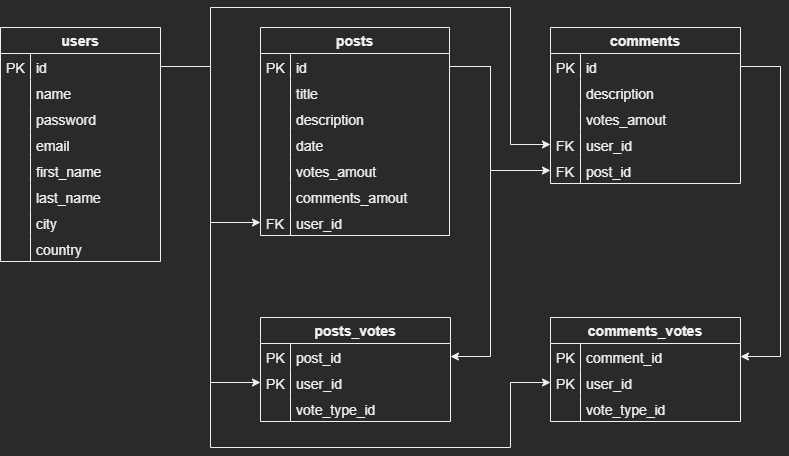
The draw.io diagram bd/Modelo_ER.png in luispereira1999/PW2-ProjetoFinal, before a commit. Source tidied: cells renumbered, new cells last; positions are measured from the earlier drawing's top-left corner, leaving out a move shared by most shapes. Its diagram source:
```xml
<mxGraphModel>
  <root>
    <mxCell id="0" />
    <mxCell id="1" parent="0" />
    <mxCell id="2" value="comments" style="swimlane;fontStyle=1;horizontal=1;startSize=26;rounded=0;shadow=0;strokeWidth=1;fontSize=14;" parent="1" vertex="1">
      <mxGeometry x="550" y="20" width="190" height="156" as="geometry" />
    </mxCell>
    <mxCell id="3" value="id" style="shape=partialRectangle;top=0;left=0;right=0;bottom=1;align=left;verticalAlign=top;fillColor=none;spacingLeft=34;spacingRight=4;overflow=hidden;points=[[0,0.5],[1,0.5]];portConstraint=eastwest;fontSize=14;strokeColor=none;" parent="2" vertex="1">
      <mxGeometry y="26" width="190" height="26" as="geometry" />
    </mxCell>
    <mxCell id="4" value="PK" style="shape=partialRectangle;top=0;left=0;bottom=0;fillColor=none;align=left;verticalAlign=top;spacingLeft=4;spacingRight=4;overflow=hidden;fontSize=14;" parent="3" vertex="1">
      <mxGeometry width="30" height="26" as="geometry" />
    </mxCell>
    <mxCell id="5" value="description" style="shape=partialRectangle;top=0;left=0;right=0;bottom=0;align=left;verticalAlign=top;fillColor=none;spacingLeft=34;spacingRight=4;overflow=hidden;fontSize=14;" parent="2" vertex="1">
      <mxGeometry y="52" width="190" height="26" as="geometry" />
    </mxCell>
    <mxCell id="6" style="shape=partialRectangle;top=0;left=0;bottom=0;fillColor=none;align=left;verticalAlign=top;spacingLeft=4;spacingRight=4;overflow=hidden;fontSize=14;" parent="5" vertex="1">
      <mxGeometry width="30" height="26" as="geometry" />
    </mxCell>
    <mxCell id="7" value="votes_amout" style="shape=partialRectangle;top=0;left=0;right=0;bottom=0;align=left;verticalAlign=top;fillColor=none;spacingLeft=34;spacingRight=4;overflow=hidden;fontSize=14;" parent="2" vertex="1">
      <mxGeometry y="78" width="190" height="26" as="geometry" />
    </mxCell>
    <mxCell id="8" style="shape=partialRectangle;top=0;left=0;bottom=0;fillColor=none;align=left;verticalAlign=top;spacingLeft=4;spacingRight=4;overflow=hidden;fontSize=14;" parent="7" vertex="1">
      <mxGeometry width="30" height="26" as="geometry" />
    </mxCell>
    <mxCell id="9" value="user_id" style="shape=partialRectangle;top=0;left=0;right=0;bottom=0;align=left;verticalAlign=top;fillColor=none;spacingLeft=34;spacingRight=4;overflow=hidden;points=[[0,0.5],[1,0.5]];portConstraint=eastwest;fontSize=14;" parent="2" vertex="1">
      <mxGeometry y="104" width="190" height="26" as="geometry" />
    </mxCell>
    <mxCell id="10" value="FK" style="shape=partialRectangle;top=0;left=0;bottom=0;fillColor=none;align=left;verticalAlign=top;spacingLeft=4;spacingRight=4;overflow=hidden;fontSize=14;" parent="9" vertex="1">
      <mxGeometry width="30" height="26" as="geometry" />
    </mxCell>
    <mxCell id="11" value="post_id" style="shape=partialRectangle;top=0;left=0;right=0;bottom=0;align=left;verticalAlign=top;fillColor=none;spacingLeft=34;spacingRight=4;overflow=hidden;points=[[0,0.5],[1,0.5]];portConstraint=eastwest;fontSize=14;" parent="2" vertex="1">
      <mxGeometry y="130" width="190" height="26" as="geometry" />
    </mxCell>
    <mxCell id="12" value="FK" style="shape=partialRectangle;top=0;left=0;bottom=0;fillColor=none;align=left;verticalAlign=top;spacingLeft=4;spacingRight=4;overflow=hidden;fontSize=14;" parent="11" vertex="1">
      <mxGeometry width="30" height="26" as="geometry" />
    </mxCell>
    <mxCell id="13" value="users" style="swimlane;fontStyle=1;horizontal=1;startSize=26;rounded=0;shadow=0;strokeWidth=1;fontSize=14;" parent="1" vertex="1">
      <mxGeometry y="20" width="160" height="234" as="geometry" />
    </mxCell>
    <mxCell id="14" value="id" style="shape=partialRectangle;top=0;left=0;right=0;bottom=1;align=left;verticalAlign=top;fillColor=none;spacingLeft=34;spacingRight=4;overflow=hidden;points=[[0,0.5],[1,0.5]];portConstraint=eastwest;fontSize=14;strokeColor=none;" parent="13" vertex="1">
      <mxGeometry y="26" width="160" height="26" as="geometry" />
    </mxCell>
    <mxCell id="15" value="PK" style="shape=partialRectangle;top=0;left=0;bottom=0;fillColor=none;align=left;verticalAlign=top;spacingLeft=4;spacingRight=4;overflow=hidden;fontSize=14;" parent="14" vertex="1">
      <mxGeometry width="30" height="26" as="geometry" />
    </mxCell>
    <mxCell id="16" value="name" style="shape=partialRectangle;top=0;left=0;right=0;bottom=0;align=left;verticalAlign=top;fillColor=none;spacingLeft=34;spacingRight=4;overflow=hidden;fontSize=14;" parent="13" vertex="1">
      <mxGeometry y="52" width="160" height="26" as="geometry" />
    </mxCell>
    <mxCell id="17" style="shape=partialRectangle;top=0;left=0;bottom=0;fillColor=none;align=left;verticalAlign=top;spacingLeft=4;spacingRight=4;overflow=hidden;fontSize=14;" parent="16" vertex="1">
      <mxGeometry width="30" height="26" as="geometry" />
    </mxCell>
    <mxCell id="18" value="password" style="shape=partialRectangle;top=0;left=0;right=0;bottom=0;align=left;verticalAlign=top;fillColor=none;spacingLeft=34;spacingRight=4;overflow=hidden;fontSize=14;" parent="13" vertex="1">
      <mxGeometry y="78" width="160" height="26" as="geometry" />
    </mxCell>
    <mxCell id="19" style="shape=partialRectangle;top=0;left=0;bottom=0;fillColor=none;align=left;verticalAlign=top;spacingLeft=4;spacingRight=4;overflow=hidden;fontSize=14;" parent="18" vertex="1">
      <mxGeometry width="30" height="26" as="geometry" />
    </mxCell>
    <mxCell id="20" value="email" style="shape=partialRectangle;top=0;left=0;right=0;bottom=0;align=left;verticalAlign=top;fillColor=none;spacingLeft=34;spacingRight=4;overflow=hidden;fontSize=14;" parent="13" vertex="1">
      <mxGeometry y="104" width="160" height="26" as="geometry" />
    </mxCell>
    <mxCell id="21" style="shape=partialRectangle;top=0;left=0;bottom=0;fillColor=none;align=left;verticalAlign=top;spacingLeft=4;spacingRight=4;overflow=hidden;fontSize=14;" parent="20" vertex="1">
      <mxGeometry width="30" height="26" as="geometry" />
    </mxCell>
    <mxCell id="22" value="first_name" style="shape=partialRectangle;top=0;left=0;right=0;bottom=0;align=left;verticalAlign=top;fillColor=none;spacingLeft=34;spacingRight=4;overflow=hidden;fontSize=14;" parent="13" vertex="1">
      <mxGeometry y="130" width="160" height="26" as="geometry" />
    </mxCell>
    <mxCell id="23" style="shape=partialRectangle;top=0;left=0;bottom=0;fillColor=none;align=left;verticalAlign=top;spacingLeft=4;spacingRight=4;overflow=hidden;fontSize=14;" parent="22" vertex="1">
      <mxGeometry width="30" height="26" as="geometry" />
    </mxCell>
    <mxCell id="24" value="last_name" style="shape=partialRectangle;top=0;left=0;right=0;bottom=0;align=left;verticalAlign=top;fillColor=none;spacingLeft=34;spacingRight=4;overflow=hidden;fontSize=14;" parent="13" vertex="1">
      <mxGeometry y="156" width="160" height="26" as="geometry" />
    </mxCell>
    <mxCell id="25" style="shape=partialRectangle;top=0;left=0;bottom=0;fillColor=none;align=left;verticalAlign=top;spacingLeft=4;spacingRight=4;overflow=hidden;fontSize=14;" parent="24" vertex="1">
      <mxGeometry width="30" height="26" as="geometry" />
    </mxCell>
    <mxCell id="26" value="city" style="shape=partialRectangle;top=0;left=0;right=0;bottom=0;align=left;verticalAlign=top;fillColor=none;spacingLeft=34;spacingRight=4;overflow=hidden;fontSize=14;" parent="13" vertex="1">
      <mxGeometry y="182" width="160" height="26" as="geometry" />
    </mxCell>
    <mxCell id="27" style="shape=partialRectangle;top=0;left=0;bottom=0;fillColor=none;align=left;verticalAlign=top;spacingLeft=4;spacingRight=4;overflow=hidden;fontSize=14;" parent="26" vertex="1">
      <mxGeometry width="30" height="26" as="geometry" />
    </mxCell>
    <mxCell id="28" value="country" style="shape=partialRectangle;top=0;left=0;right=0;bottom=0;align=left;verticalAlign=top;fillColor=none;spacingLeft=34;spacingRight=4;overflow=hidden;fontSize=14;" parent="13" vertex="1">
      <mxGeometry y="208" width="160" height="26" as="geometry" />
    </mxCell>
    <mxCell id="29" style="shape=partialRectangle;top=0;left=0;bottom=0;fillColor=none;align=left;verticalAlign=top;spacingLeft=4;spacingRight=4;overflow=hidden;fontSize=14;" parent="28" vertex="1">
      <mxGeometry width="30" height="26" as="geometry" />
    </mxCell>
    <mxCell id="30" value="posts" style="swimlane;fontStyle=1;horizontal=1;startSize=26;rounded=0;shadow=0;strokeWidth=1;fontSize=14;" parent="1" vertex="1">
      <mxGeometry x="260" y="20" width="189" height="208" as="geometry" />
    </mxCell>
    <mxCell id="31" value="id" style="shape=partialRectangle;top=0;left=0;right=0;bottom=1;align=left;verticalAlign=top;fillColor=none;spacingLeft=34;spacingRight=4;overflow=hidden;points=[[0,0.5],[1,0.5]];portConstraint=eastwest;fontSize=14;strokeColor=none;" parent="30" vertex="1">
      <mxGeometry y="26" width="189" height="26" as="geometry" />
    </mxCell>
    <mxCell id="32" value="PK" style="shape=partialRectangle;top=0;left=0;bottom=0;fillColor=none;align=left;verticalAlign=top;spacingLeft=4;spacingRight=4;overflow=hidden;fontSize=14;" parent="31" vertex="1">
      <mxGeometry width="30" height="26" as="geometry" />
    </mxCell>
    <mxCell id="33" value="title" style="shape=partialRectangle;top=0;left=0;right=0;bottom=0;align=left;verticalAlign=top;fillColor=none;spacingLeft=34;spacingRight=4;overflow=hidden;fontSize=14;" parent="30" vertex="1">
      <mxGeometry y="52" width="189" height="26" as="geometry" />
    </mxCell>
    <mxCell id="34" style="shape=partialRectangle;top=0;left=0;bottom=0;fillColor=none;align=left;verticalAlign=top;spacingLeft=4;spacingRight=4;overflow=hidden;fontSize=14;" parent="33" vertex="1">
      <mxGeometry width="30" height="26" as="geometry" />
    </mxCell>
    <mxCell id="35" value="description" style="shape=partialRectangle;top=0;left=0;right=0;bottom=0;align=left;verticalAlign=top;fillColor=none;spacingLeft=34;spacingRight=4;overflow=hidden;fontSize=14;" parent="30" vertex="1">
      <mxGeometry y="78" width="189" height="26" as="geometry" />
    </mxCell>
    <mxCell id="36" style="shape=partialRectangle;top=0;left=0;bottom=0;fillColor=none;align=left;verticalAlign=top;spacingLeft=4;spacingRight=4;overflow=hidden;fontSize=14;" parent="35" vertex="1">
      <mxGeometry width="30" height="26" as="geometry" />
    </mxCell>
    <mxCell id="37" value="date" style="shape=partialRectangle;top=0;left=0;right=0;bottom=0;align=left;verticalAlign=top;fillColor=none;spacingLeft=34;spacingRight=4;overflow=hidden;fontSize=14;" parent="30" vertex="1">
      <mxGeometry y="104" width="189" height="26" as="geometry" />
    </mxCell>
    <mxCell id="38" style="shape=partialRectangle;top=0;left=0;bottom=0;fillColor=none;align=left;verticalAlign=top;spacingLeft=4;spacingRight=4;overflow=hidden;fontSize=14;" parent="37" vertex="1">
      <mxGeometry width="30" height="26" as="geometry" />
    </mxCell>
    <mxCell id="39" value="votes_amout" style="shape=partialRectangle;top=0;left=0;right=0;bottom=0;align=left;verticalAlign=top;fillColor=none;spacingLeft=34;spacingRight=4;overflow=hidden;fontSize=14;" parent="30" vertex="1">
      <mxGeometry y="130" width="189" height="26" as="geometry" />
    </mxCell>
    <mxCell id="40" style="shape=partialRectangle;top=0;left=0;bottom=0;fillColor=none;align=left;verticalAlign=top;spacingLeft=4;spacingRight=4;overflow=hidden;fontSize=14;" parent="39" vertex="1">
      <mxGeometry width="30" height="26" as="geometry" />
    </mxCell>
    <mxCell id="41" value="comments_amout" style="shape=partialRectangle;top=0;left=0;right=0;bottom=0;align=left;verticalAlign=top;fillColor=none;spacingLeft=34;spacingRight=4;overflow=hidden;fontSize=14;" parent="30" vertex="1">
      <mxGeometry y="156" width="189" height="26" as="geometry" />
    </mxCell>
    <mxCell id="42" style="shape=partialRectangle;top=0;left=0;bottom=0;fillColor=none;align=left;verticalAlign=top;spacingLeft=4;spacingRight=4;overflow=hidden;fontSize=14;" parent="41" vertex="1">
      <mxGeometry width="30" height="26" as="geometry" />
    </mxCell>
    <mxCell id="43" value="user_id" style="shape=partialRectangle;top=0;left=0;right=0;bottom=0;align=left;verticalAlign=top;fillColor=none;spacingLeft=34;spacingRight=4;overflow=hidden;points=[[0,0.5],[1,0.5]];portConstraint=eastwest;fontSize=14;" parent="30" vertex="1">
      <mxGeometry y="182" width="189" height="26" as="geometry" />
    </mxCell>
    <mxCell id="44" value="FK" style="shape=partialRectangle;top=0;left=0;bottom=0;fillColor=none;align=left;verticalAlign=top;spacingLeft=4;spacingRight=4;overflow=hidden;fontSize=14;" parent="43" vertex="1">
      <mxGeometry width="30" height="26" as="geometry" />
    </mxCell>
    <mxCell id="45" value="posts_votes" style="swimlane;fontStyle=1;horizontal=1;startSize=26;rounded=0;shadow=0;strokeWidth=1;fontSize=14;" parent="1" vertex="1">
      <mxGeometry x="260" y="310" width="190" height="104" as="geometry" />
    </mxCell>
    <mxCell id="46" value="post_id" style="shape=partialRectangle;top=0;left=0;right=0;bottom=1;align=left;verticalAlign=top;fillColor=none;spacingLeft=34;spacingRight=4;overflow=hidden;points=[[0,0.5],[1,0.5]];portConstraint=eastwest;fontSize=14;strokeColor=none;" parent="45" vertex="1">
      <mxGeometry y="26" width="190" height="26" as="geometry" />
    </mxCell>
    <mxCell id="47" value="PK" style="shape=partialRectangle;top=0;left=0;bottom=0;fillColor=none;align=left;verticalAlign=top;spacingLeft=4;spacingRight=4;overflow=hidden;fontSize=14;" parent="46" vertex="1">
      <mxGeometry width="30" height="26" as="geometry" />
    </mxCell>
    <mxCell id="48" value="user_id" style="shape=partialRectangle;top=0;left=0;right=0;bottom=0;align=left;verticalAlign=top;fillColor=none;spacingLeft=34;spacingRight=4;overflow=hidden;points=[[0,0.5],[1,0.5]];portConstraint=eastwest;fontSize=14;" parent="45" vertex="1">
      <mxGeometry y="52" width="190" height="26" as="geometry" />
    </mxCell>
    <mxCell id="49" value="PK" style="shape=partialRectangle;top=0;left=0;bottom=0;fillColor=none;align=left;verticalAlign=top;spacingLeft=4;spacingRight=4;overflow=hidden;fontSize=14;" parent="48" vertex="1">
      <mxGeometry width="30" height="26" as="geometry" />
    </mxCell>
    <mxCell id="50" value="vote_type_id" style="shape=partialRectangle;top=0;left=0;right=0;bottom=0;align=left;verticalAlign=top;fillColor=none;spacingLeft=34;spacingRight=4;overflow=hidden;fontSize=14;" parent="45" vertex="1">
      <mxGeometry y="78" width="190" height="26" as="geometry" />
    </mxCell>
    <mxCell id="51" style="shape=partialRectangle;top=0;left=0;bottom=0;fillColor=none;align=left;verticalAlign=top;spacingLeft=4;spacingRight=4;overflow=hidden;fontSize=14;" parent="50" vertex="1">
      <mxGeometry width="30" height="26" as="geometry" />
    </mxCell>
    <mxCell id="52" style="edgeStyle=orthogonalEdgeStyle;rounded=0;jettySize=auto;html=1;entryX=0;entryY=0.5;entryDx=0;entryDy=0;" parent="1" edge="1" source="14" target="43">
      <mxGeometry relative="1" as="geometry" />
    </mxCell>
    <mxCell id="53" value="comments_votes" style="swimlane;fontStyle=1;horizontal=1;startSize=26;rounded=0;shadow=0;strokeWidth=1;fontSize=14;" parent="1" vertex="1">
      <mxGeometry x="550" y="310" width="190" height="104" as="geometry" />
    </mxCell>
    <mxCell id="54" value="comment_id" style="shape=partialRectangle;top=0;left=0;right=0;bottom=1;align=left;verticalAlign=top;fillColor=none;spacingLeft=34;spacingRight=4;overflow=hidden;points=[[0,0.5],[1,0.5]];portConstraint=eastwest;fontSize=14;strokeColor=none;" parent="53" vertex="1">
      <mxGeometry y="26" width="190" height="26" as="geometry" />
    </mxCell>
    <mxCell id="55" value="PK" style="shape=partialRectangle;top=0;left=0;bottom=0;fillColor=none;align=left;verticalAlign=top;spacingLeft=4;spacingRight=4;overflow=hidden;fontSize=14;" parent="54" vertex="1">
      <mxGeometry width="30" height="26" as="geometry" />
    </mxCell>
    <mxCell id="56" value="user_id" style="shape=partialRectangle;top=0;left=0;right=0;bottom=0;align=left;verticalAlign=top;fillColor=none;spacingLeft=34;spacingRight=4;overflow=hidden;points=[[0,0.5],[1,0.5]];portConstraint=eastwest;fontSize=14;" parent="53" vertex="1">
      <mxGeometry y="52" width="190" height="26" as="geometry" />
    </mxCell>
    <mxCell id="57" value="PK" style="shape=partialRectangle;top=0;left=0;bottom=0;fillColor=none;align=left;verticalAlign=top;spacingLeft=4;spacingRight=4;overflow=hidden;fontSize=14;" parent="56" vertex="1">
      <mxGeometry width="30" height="26" as="geometry" />
    </mxCell>
    <mxCell id="58" value="vote_type_id" style="shape=partialRectangle;top=0;left=0;right=0;bottom=0;align=left;verticalAlign=top;fillColor=none;spacingLeft=34;spacingRight=4;overflow=hidden;fontSize=14;" parent="53" vertex="1">
      <mxGeometry y="78" width="190" height="26" as="geometry" />
    </mxCell>
    <mxCell id="59" style="shape=partialRectangle;top=0;left=0;bottom=0;fillColor=none;align=left;verticalAlign=top;spacingLeft=4;spacingRight=4;overflow=hidden;fontSize=14;" parent="58" vertex="1">
      <mxGeometry width="30" height="26" as="geometry" />
    </mxCell>
    <mxCell id="60" style="edgeStyle=orthogonalEdgeStyle;rounded=0;jettySize=auto;html=1;entryX=0;entryY=0.5;entryDx=0;entryDy=0;" parent="1" edge="1" source="31" target="11">
      <mxGeometry relative="1" as="geometry">
        <Array as="points">
          <mxPoint x="490" y="59" />
          <mxPoint x="490" y="163" />
        </Array>
      </mxGeometry>
    </mxCell>
    <mxCell id="61" style="edgeStyle=orthogonalEdgeStyle;rounded=0;jettySize=auto;html=1;entryX=0;entryY=0.5;entryDx=0;entryDy=0;exitX=1;exitY=0.5;exitDx=0;exitDy=0;" parent="1" edge="1" source="14" target="9">
      <mxGeometry relative="1" as="geometry">
        <Array as="points">
          <mxPoint x="210" y="59" />
          <mxPoint x="210" />
          <mxPoint x="510" />
          <mxPoint x="510" y="137" />
        </Array>
      </mxGeometry>
    </mxCell>
    <mxCell id="62" style="edgeStyle=orthogonalEdgeStyle;rounded=0;jettySize=auto;html=1;entryX=0;entryY=0.5;entryDx=0;entryDy=0;exitX=1;exitY=0.5;exitDx=0;exitDy=0;" parent="1" edge="1" source="14" target="48">
      <mxGeometry relative="1" as="geometry" />
    </mxCell>
    <mxCell id="63" style="edgeStyle=orthogonalEdgeStyle;rounded=0;jettySize=auto;html=1;entryX=1;entryY=0.5;entryDx=0;entryDy=0;exitX=1;exitY=0.5;exitDx=0;exitDy=0;" parent="1" edge="1" source="31" target="46">
      <mxGeometry relative="1" as="geometry">
        <Array as="points">
          <mxPoint x="490" y="59" />
          <mxPoint x="490" y="349" />
        </Array>
      </mxGeometry>
    </mxCell>
    <mxCell id="64" style="edgeStyle=orthogonalEdgeStyle;rounded=0;jettySize=auto;html=1;entryX=0;entryY=0.5;entryDx=0;entryDy=0;exitX=1;exitY=0.5;exitDx=0;exitDy=0;" parent="1" edge="1" source="14" target="56">
      <mxGeometry relative="1" as="geometry">
        <Array as="points">
          <mxPoint x="210" y="59" />
          <mxPoint x="210" y="440" />
          <mxPoint x="510" y="440" />
          <mxPoint x="510" y="375" />
        </Array>
      </mxGeometry>
    </mxCell>
    <mxCell id="65" style="edgeStyle=orthogonalEdgeStyle;rounded=0;jettySize=auto;html=1;entryX=1;entryY=0.5;entryDx=0;entryDy=0;" parent="1" edge="1" source="3" target="54">
      <mxGeometry relative="1" as="geometry">
        <Array as="points">
          <mxPoint x="780" y="59" />
          <mxPoint x="780" y="349" />
        </Array>
      </mxGeometry>
    </mxCell>
  </root>
</mxGraphModel>
```
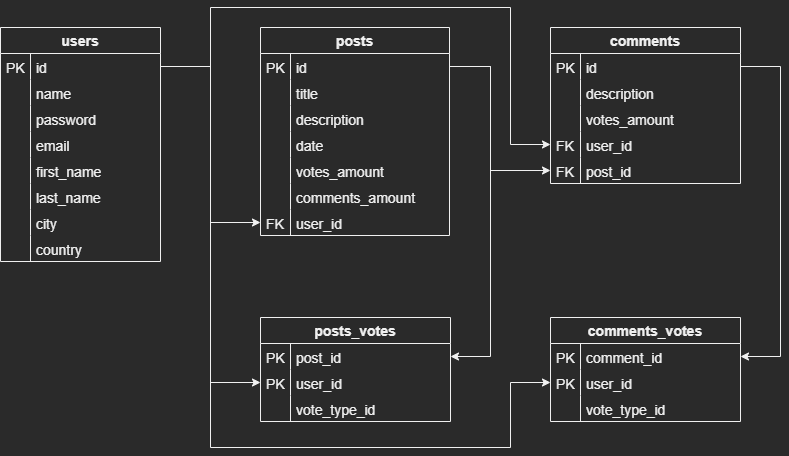
The same file after the commit.

Change to the diagram source:
```diff
@@ -17,7 +17,7 @@
     <mxCell id="6" style="shape=partialRectangle;top=0;left=0;bottom=0;fillColor=none;align=left;verticalAlign=top;spacingLeft=4;spacingRight=4;overflow=hidden;fontSize=14;" parent="5" vertex="1">
       <mxGeometry width="30" height="26" as="geometry" />
     </mxCell>
-    <mxCell id="7" value="votes_amout" style="shape=partialRectangle;top=0;left=0;right=0;bottom=0;align=left;verticalAlign=top;fillColor=none;spacingLeft=34;spacingRight=4;overflow=hidden;fontSize=14;" parent="2" vertex="1">
+    <mxCell id="7" value="votes_amount" style="shape=partialRectangle;top=0;left=0;right=0;bottom=0;align=left;verticalAlign=top;fillColor=none;spacingLeft=34;spacingRight=4;overflow=hidden;fontSize=14;" parent="2" vertex="1">
       <mxGeometry y="78" width="190" height="26" as="geometry" />
     </mxCell>
     <mxCell id="8" style="shape=partialRectangle;top=0;left=0;bottom=0;fillColor=none;align=left;verticalAlign=top;spacingLeft=4;spacingRight=4;overflow=hidden;fontSize=14;" parent="7" vertex="1">
@@ -113,13 +113,13 @@
     <mxCell id="38" style="shape=partialRectangle;top=0;left=0;bottom=0;fillColor=none;align=left;verticalAlign=top;spacingLeft=4;spacingRight=4;overflow=hidden;fontSize=14;" parent="37" vertex="1">
       <mxGeometry width="30" height="26" as="geometry" />
     </mxCell>
-    <mxCell id="39" value="votes_amout" style="shape=partialRectangle;top=0;left=0;right=0;bottom=0;align=left;verticalAlign=top;fillColor=none;spacingLeft=34;spacingRight=4;overflow=hidden;fontSize=14;" parent="30" vertex="1">
+    <mxCell id="39" value="votes_amount" style="shape=partialRectangle;top=0;left=0;right=0;bottom=0;align=left;verticalAlign=top;fillColor=none;spacingLeft=34;spacingRight=4;overflow=hidden;fontSize=14;" parent="30" vertex="1">
       <mxGeometry y="130" width="189" height="26" as="geometry" />
     </mxCell>
     <mxCell id="40" style="shape=partialRectangle;top=0;left=0;bottom=0;fillColor=none;align=left;verticalAlign=top;spacingLeft=4;spacingRight=4;overflow=hidden;fontSize=14;" parent="39" vertex="1">
       <mxGeometry width="30" height="26" as="geometry" />
     </mxCell>
-    <mxCell id="41" value="comments_amout" style="shape=partialRectangle;top=0;left=0;right=0;bottom=0;align=left;verticalAlign=top;fillColor=none;spacingLeft=34;spacingRight=4;overflow=hidden;fontSize=14;" parent="30" vertex="1">
+    <mxCell id="41" value="comments_amount" style="shape=partialRectangle;top=0;left=0;right=0;bottom=0;align=left;verticalAlign=top;fillColor=none;spacingLeft=34;spacingRight=4;overflow=hidden;fontSize=14;" parent="30" vertex="1">
       <mxGeometry y="156" width="189" height="26" as="geometry" />
     </mxCell>
     <mxCell id="42" style="shape=partialRectangle;top=0;left=0;bottom=0;fillColor=none;align=left;verticalAlign=top;spacingLeft=4;spacingRight=4;overflow=hidden;fontSize=14;" parent="41" vertex="1">
```
